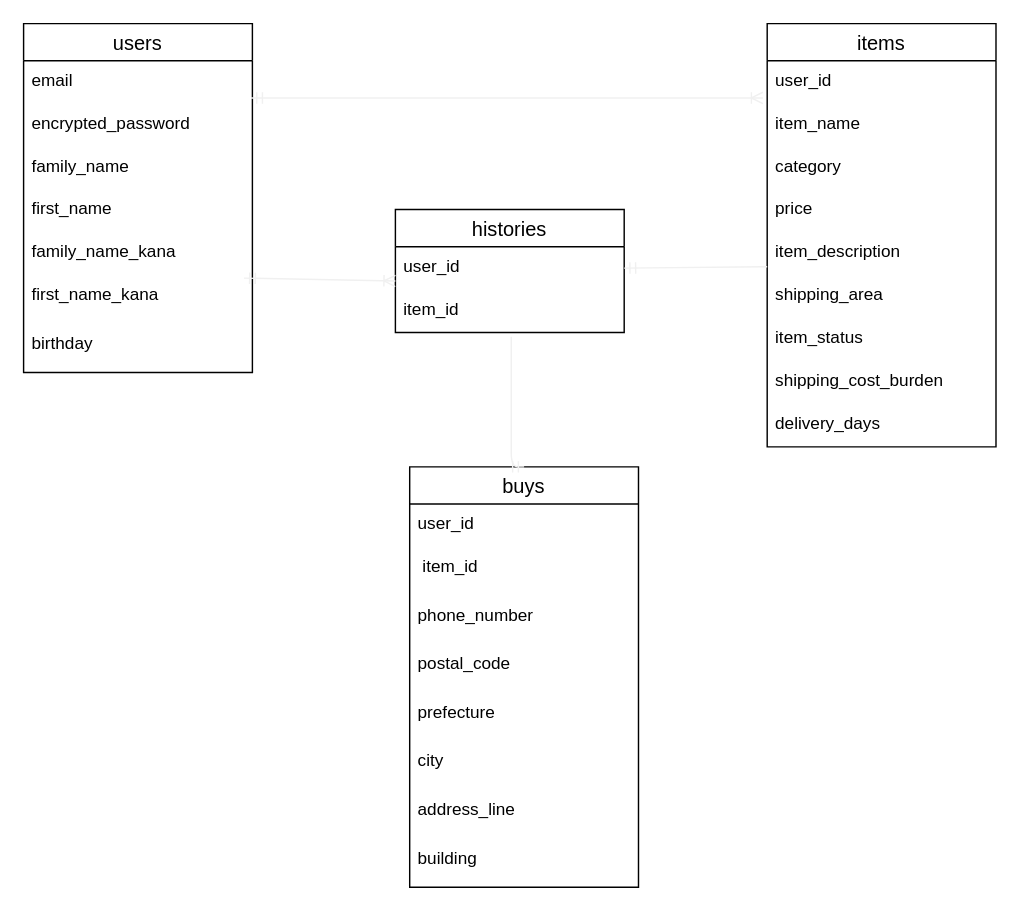
Earlier version of the draw.io diagram frima-34457.dio (Tasuku-Mamiya/furima-34457). Source tidied: cells renumbered, new cells numbered last; positions are measured from the earlier drawing's top-left corner, leaving out a move shared by most shapes. Both pictures are drawn from the tidied source at 143%, with x=0, y=0 at pixel (23, 23).
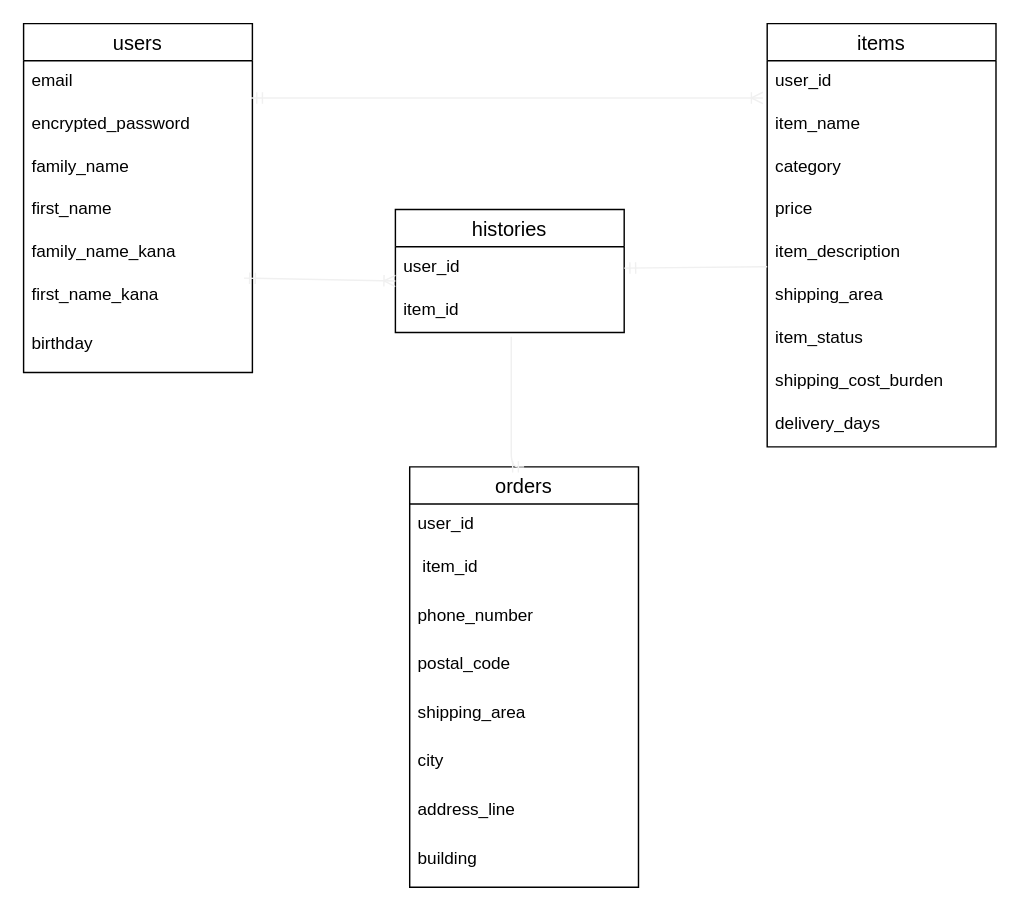
The same diagram, later.

What changed in the source:
```diff
@@
-    <mxCell id="13" value="buys" style="swimlane;fontStyle=0;horizontal=1;startSize=26;align=center;fontSize=14;" parent="1" vertex="1">
+    <mxCell id="13" value="orders" style="swimlane;fontStyle=0;horizontal=1;startSize=26;align=center;fontSize=14;" parent="1" vertex="1">
       <mxGeometry x="270" y="310" width="160" height="294" as="geometry" />
     </mxCell>
@@
-    <mxCell id="18" value="prefecture" style="text;strokeColor=none;fillColor=none;spacingLeft=4;spacingRight=4;overflow=hidden;fontSize=12;align=left;shadow=0;" parent="13" vertex="1">
+    <mxCell id="18" value="shipping_area" style="text;strokeColor=none;fillColor=none;spacingLeft=4;spacingRight=4;overflow=hidden;fontSize=12;align=left;shadow=0;" parent="13" vertex="1">
       <mxGeometry y="158" width="160" height="34" as="geometry" />
     </mxCell>
```
